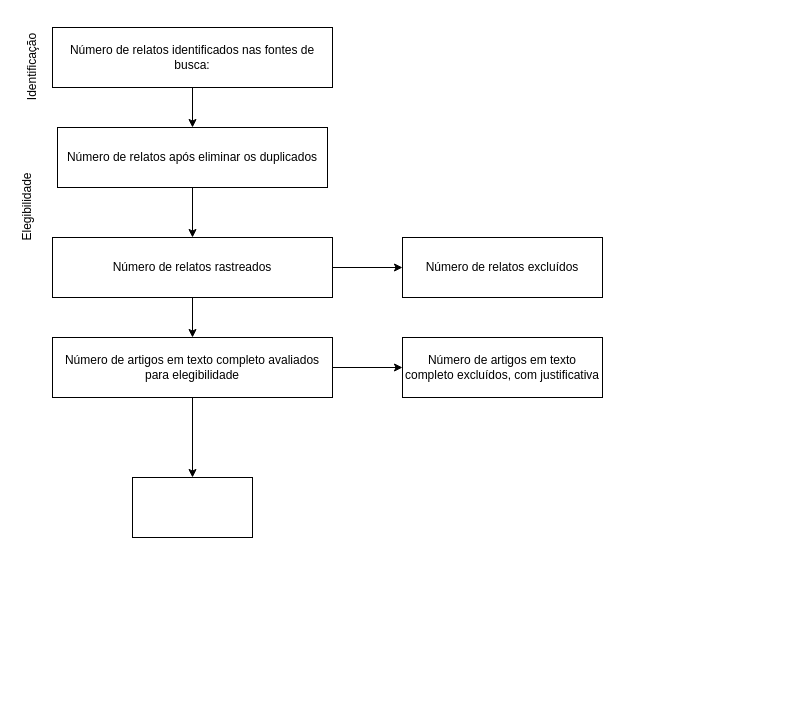
Earlier version of the draw.io diagram Untitled Diagram.drawio (liviafernanda/testes). Source tidied: cells renumbered, new cells numbered last; positions are measured from the earlier drawing's top-left corner, leaving out a move shared by most shapes. Both pictures are drawn from the tidied source at 100%, with x=0, y=0 at pixel (-18, 27).
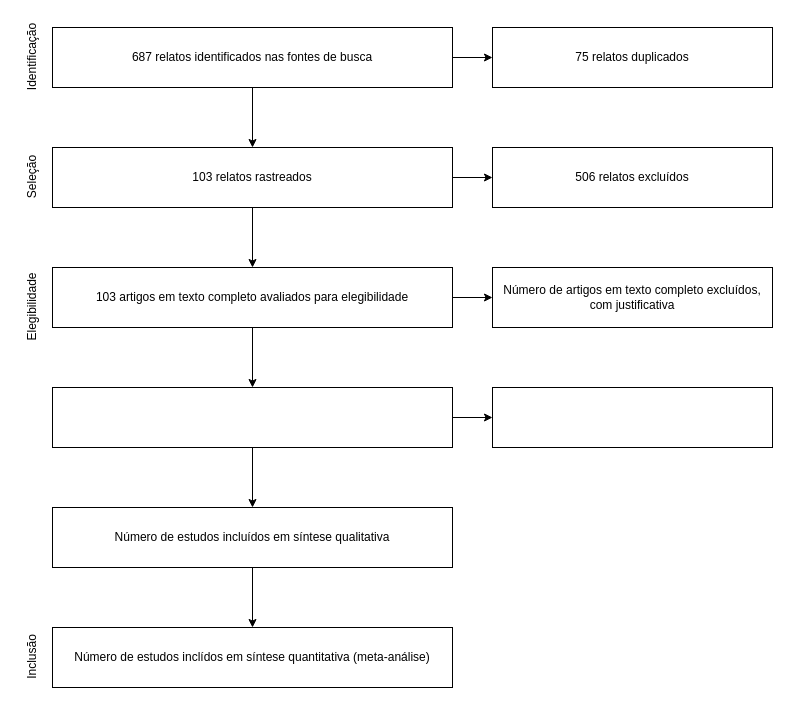
Above is the later version.

Diff of the diagram source:
```diff
@@
-    <mxCell id="2" style="edgeStyle=orthogonalEdgeStyle;rounded=0;jettySize=auto;html=1;" parent="1" edge="1" source="3" target="5">
+    <mxCell id="2" style="edgeStyle=orthogonalEdgeStyle;rounded=0;jettySize=auto;html=1;entryX=0.5;entryY=0;entryDx=0;entryDy=0;" parent="1" edge="1" source="3" target="10">
       <mxGeometry relative="1" as="geometry" />
     </mxCell>
+    <mxCell id="18" style="edgeStyle=orthogonalEdgeStyle;rounded=0;jettySize=auto;html=1;fontFamily=Helvetica;" parent="1" edge="1" source="3" target="24">
+      <mxGeometry relative="1" as="geometry" />
+    </mxCell>
-    <mxCell id="3" value="Número de relatos identificados nas fontes de busca: " style="rounded=0;whiteSpace=wrap;html=1;" parent="1" vertex="1">
-      <mxGeometry x="70" width="280" height="60" as="geometry" />
+    <mxCell id="3" value="687 relatos identificados nas fontes de busca " style="rounded=0;whiteSpace=wrap;html=1;" parent="1" vertex="1">
+      <mxGeometry x="70" width="400" height="60" as="geometry" />
     </mxCell>
-    <mxCell id="4" style="edgeStyle=orthogonalEdgeStyle;rounded=0;jettySize=auto;html=1;fontFamily=Helvetica;" parent="1" edge="1" source="5" target="10">
-      <mxGeometry relative="1" as="geometry" />
-    </mxCell>
-    <mxCell id="5" value="Número de relatos após eliminar os duplicados" style="whiteSpace=wrap;html=1;rounded=0;fontFamily=Helvetica;" parent="1" vertex="1">
-      <mxGeometry x="75" y="100" width="270" height="60" as="geometry" />
-    </mxCell>
     <mxCell id="6" value="Identificação" style="text;html=1;align=center;verticalAlign=middle;fontFamily=Helvetica;rotation=270;" parent="1" vertex="1">
-      <mxGeometry x="10" y="30" width="80" height="20" as="geometry" />
+      <mxGeometry x="10" y="20" width="80" height="20" as="geometry" />
     </mxCell>
-    <mxCell id="7" style="edgeStyle=orthogonalEdgeStyle;rounded=0;orthogonalLoop=1;jettySize=auto;html=1;exitX=0.5;exitY=1;exitDx=0;exitDy=0;fontFamily=Helvetica;" parent="1" edge="1" source="5" target="5">
-      <mxGeometry relative="1" as="geometry" />
+    <mxCell id="7" style="edgeStyle=orthogonalEdgeStyle;rounded=0;orthogonalLoop=1;jettySize=auto;html=1;exitX=0.5;exitY=1;exitDx=0;exitDy=0;fontFamily=Helvetica;" parent="1" edge="1">
+      <mxGeometry relative="1" as="geometry">
+        <mxPoint x="270" y="160" as="sourcePoint" />
+        <mxPoint x="270" y="160" as="targetPoint" />
+      </mxGeometry>
     </mxCell>
@@
-    <mxCell id="10" value="Número de relatos rastreados" style="whiteSpace=wrap;html=1;rounded=0;" parent="1" vertex="1">
-      <mxGeometry x="70" y="210" width="280" height="60" as="geometry" />
+    <mxCell id="10" value="103 relatos rastreados" style="whiteSpace=wrap;html=1;rounded=0;" parent="1" vertex="1">
+      <mxGeometry x="70" y="120" width="400" height="60" as="geometry" />
     </mxCell>
-    <mxCell id="11" value="Número de relatos excluídos" style="whiteSpace=wrap;html=1;rounded=0;" parent="1" vertex="1">
-      <mxGeometry x="420" y="210" width="200" height="60" as="geometry" />
+    <mxCell id="11" value="506 relatos excluídos" style="whiteSpace=wrap;html=1;rounded=0;" parent="1" vertex="1">
+      <mxGeometry x="510" y="120" width="280" height="60" as="geometry" />
     </mxCell>
     <mxCell id="12" value="Elegibilidade" style="text;html=1;align=center;verticalAlign=middle;fontFamily=Helvetica;rotation=270;" parent="1" vertex="1">
-      <mxGeometry y="170" width="90" height="20" as="geometry" />
+      <mxGeometry x="5" y="270" width="90" height="20" as="geometry" />
     </mxCell>
@@
-    <mxCell id="14" style="edgeStyle=orthogonalEdgeStyle;rounded=0;jettySize=auto;html=1;fontFamily=Helvetica;" parent="1" edge="1" source="15" target="17">
-      <mxGeometry relative="1" as="geometry" />
-    </mxCell>
+    <mxCell id="19" style="edgeStyle=orthogonalEdgeStyle;rounded=0;jettySize=auto;html=1;fontFamily=Helvetica;" parent="1" edge="1" source="15" target="27">
+      <mxGeometry relative="1" as="geometry" />
+    </mxCell>
-    <mxCell id="15" value="Número de artigos em texto completo avaliados para elegibilidade" style="whiteSpace=wrap;html=1;rounded=0;" parent="1" vertex="1">
-      <mxGeometry x="70" y="310" width="280" height="60" as="geometry" />
+    <mxCell id="15" value="103 artigos em texto completo avaliados para elegibilidade" style="whiteSpace=wrap;html=1;rounded=0;" parent="1" vertex="1">
+      <mxGeometry x="70" y="240" width="400" height="60" as="geometry" />
     </mxCell>
     <mxCell id="16" value="Número de artigos em texto completo excluídos, com justificativa" style="whiteSpace=wrap;html=1;rounded=0;" parent="1" vertex="1">
-      <mxGeometry x="420" y="310" width="200" height="60" as="geometry" />
+      <mxGeometry x="510" y="240" width="280" height="60" as="geometry" />
     </mxCell>
+    <mxCell id="20" style="edgeStyle=orthogonalEdgeStyle;rounded=0;jettySize=auto;html=1;fontFamily=Helvetica;" parent="1" edge="1" source="17" target="21">
+      <mxGeometry relative="1" as="geometry" />
+    </mxCell>
-    <mxCell id="17" style="whiteSpace=wrap;html=1;rounded=0;" parent="1" vertex="1">
-      <mxGeometry x="150" y="450" width="120" height="60" as="geometry" />
+    <mxCell id="17" value="Número de estudos incluídos em síntese qualitativa" style="whiteSpace=wrap;html=1;rounded=0;" parent="1" vertex="1">
+      <mxGeometry x="70" y="480" width="400" height="60" as="geometry" />
     </mxCell>
+    <mxCell id="21" value="Número de estudos inclídos em síntese quantitativa (meta-análise)" style="whiteSpace=wrap;html=1;rounded=0;" parent="1" vertex="1">
+      <mxGeometry x="70" y="600" width="400" height="60" as="geometry" />
+    </mxCell>
+    <mxCell id="22" value="Seleção" style="text;html=1;align=center;verticalAlign=middle;fontFamily=Helvetica;rotation=270;" parent="1" vertex="1">
+      <mxGeometry x="20" y="140" width="60" height="20" as="geometry" />
+    </mxCell>
+    <mxCell id="23" value="Inclusão" style="text;html=1;align=center;verticalAlign=middle;fontFamily=Helvetica;rotation=270;" parent="1" vertex="1">
+      <mxGeometry x="20" y="620" width="60" height="20" as="geometry" />
+    </mxCell>
+    <mxCell id="24" value="75 relatos duplicados" style="whiteSpace=wrap;html=1;rounded=0;" parent="1" vertex="1">
+      <mxGeometry x="510" width="280" height="60" as="geometry" />
+    </mxCell>
+    <mxCell id="25" style="edgeStyle=orthogonalEdgeStyle;rounded=0;jettySize=auto;html=1;fontFamily=Helvetica;" parent="1" edge="1" source="27" target="17">
+      <mxGeometry relative="1" as="geometry" />
+    </mxCell>
+    <mxCell id="26" style="edgeStyle=orthogonalEdgeStyle;rounded=0;jettySize=auto;html=1;fontFamily=Helvetica;" parent="1" edge="1" source="27" target="28">
+      <mxGeometry relative="1" as="geometry" />
+    </mxCell>
+    <mxCell id="27" style="whiteSpace=wrap;html=1;rounded=0;" parent="1" vertex="1">
+      <mxGeometry x="70" y="360" width="400" height="60" as="geometry" />
+    </mxCell>
+    <mxCell id="28" style="whiteSpace=wrap;html=1;rounded=0;" parent="1" vertex="1">
+      <mxGeometry x="510" y="360" width="280" height="60" as="geometry" />
+    </mxCell>
```
